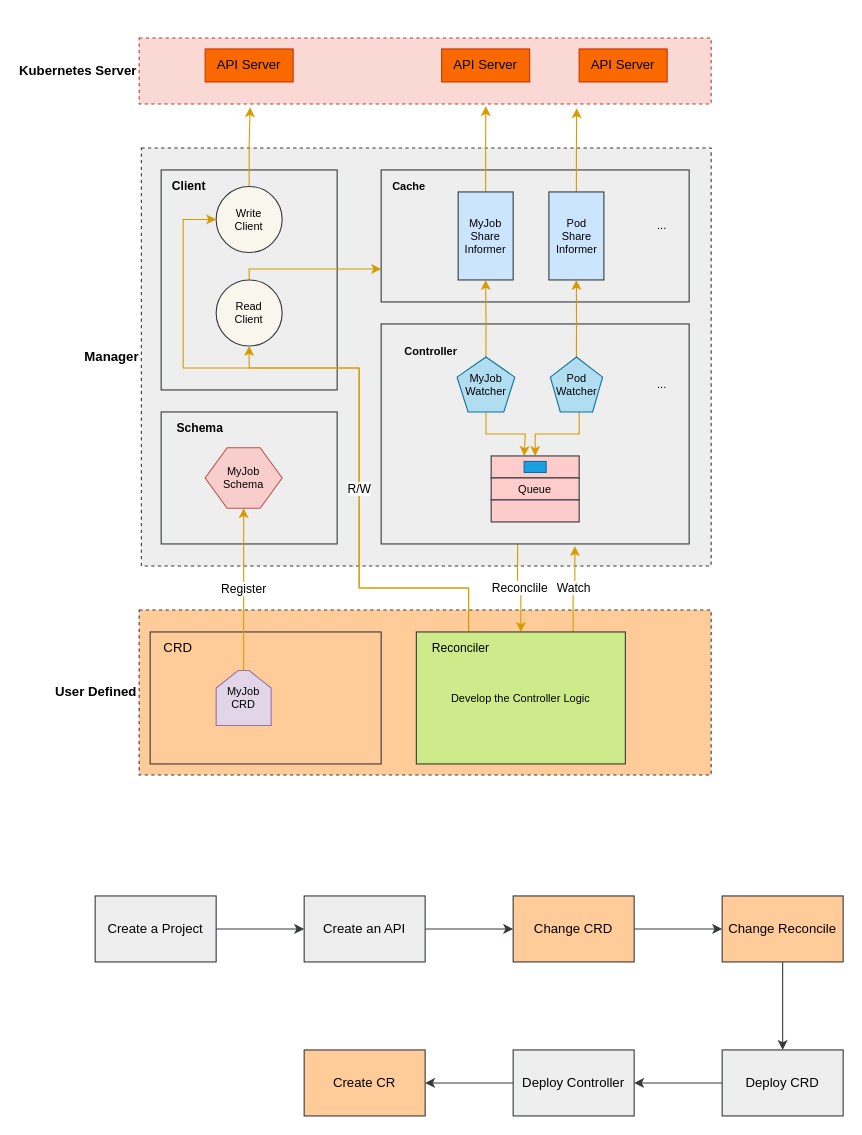
The draw.io diagram page "第 8 页" (8 of 8) of st/k8s.drawio in gaivin/drawio, before the edit. Source tidied: cells renumbered, new cells numbered last; positions are measured from the earlier drawing's top-left corner, leaving out a move shared by most shapes. Both pictures are drawn from the tidied source at 110%, with x=0, y=0 at pixel (95, 37).
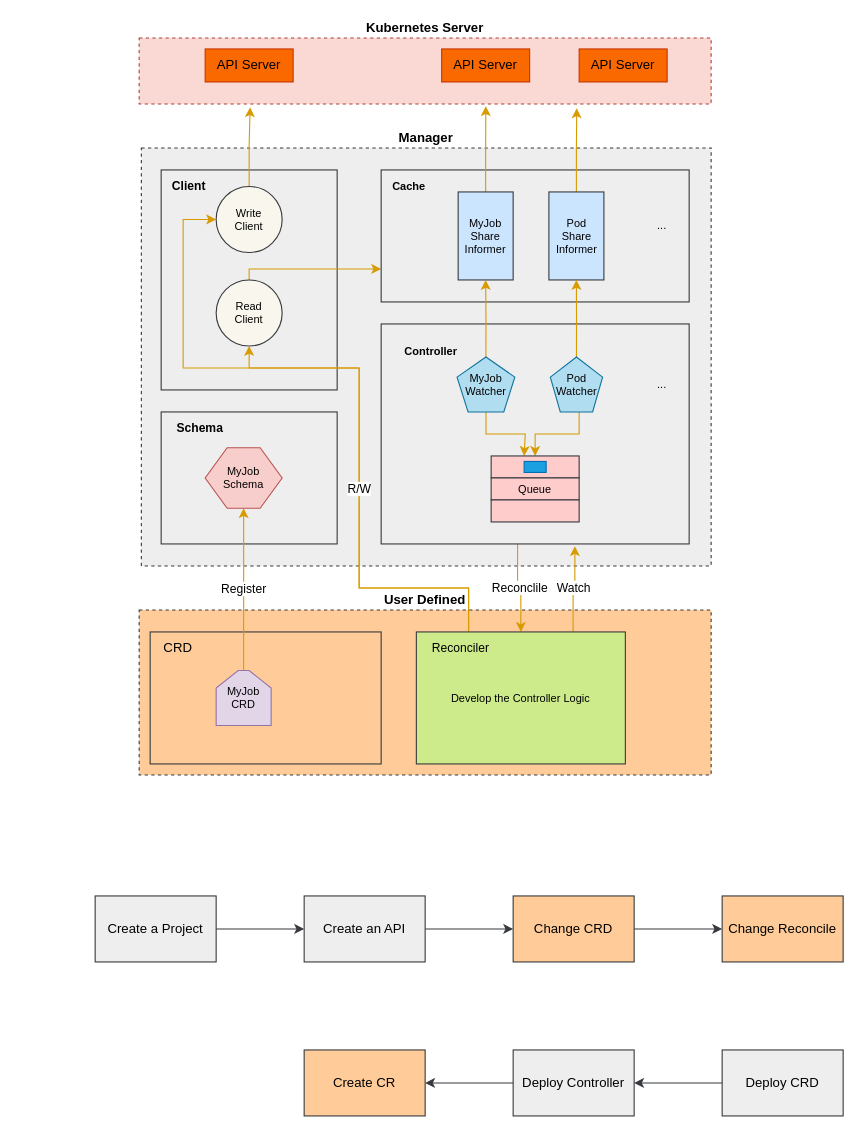
Above is the later version.

The change refers to these unchanged cells:
```xml
<mxCell id="55" value="Change Reconcile" style="rounded=0;whiteSpace=wrap;html=1;fillColor=#ffcc99;strokeColor=#36393d;" parent="1" vertex="1">
  <mxGeometry x="570" y="780" width="110" height="60" as="geometry" />
</mxCell>
<mxCell id="57" value="Deploy CRD" style="rounded=0;whiteSpace=wrap;html=1;fillColor=#eeeeee;strokeColor=#36393d;" parent="1" vertex="1">
  <mxGeometry x="570" y="920" width="110" height="60" as="geometry" />
</mxCell>
```

Change to the diagram source:
```diff
@@
-    <mxCell id="2" value="Manager" style="rounded=0;whiteSpace=wrap;html=1;fillColor=#eeeeee;strokeColor=#36393d;labelPosition=left;verticalLabelPosition=middle;align=right;verticalAlign=middle;fontSize=12;fontStyle=1;dashed=1;" parent="1" vertex="1">
+    <mxCell id="2" value="Manager" style="rounded=0;whiteSpace=wrap;html=1;fillColor=#eeeeee;strokeColor=#36393d;labelPosition=center;verticalLabelPosition=top;align=center;verticalAlign=bottom;fontSize=12;fontStyle=1;dashed=1;" parent="1" vertex="1">
       <mxGeometry x="42" y="100" width="518" height="380" as="geometry" />
     </mxCell>
@@
-    <mxCell id="4" value="Kubernetes Server" style="rounded=0;whiteSpace=wrap;html=1;fillColor=#fad9d5;strokeColor=#ae4132;fontSize=12;fontStyle=1;labelPosition=left;verticalLabelPosition=middle;align=right;verticalAlign=middle;dashed=1;" parent="1" vertex="1">
+    <mxCell id="4" value="Kubernetes Server" style="rounded=0;whiteSpace=wrap;html=1;fillColor=#fad9d5;strokeColor=#ae4132;fontSize=12;fontStyle=1;labelPosition=center;verticalLabelPosition=top;align=center;verticalAlign=bottom;dashed=1;" parent="1" vertex="1">
       <mxGeometry x="40" width="520" height="60" as="geometry" />
     </mxCell>
@@
-    <mxCell id="15" value="User Defined" style="rounded=0;whiteSpace=wrap;html=1;fillColor=#ffcc99;strokeColor=#36393d;dashed=1;labelPosition=left;verticalLabelPosition=middle;align=right;verticalAlign=middle;fontSize=12;fontStyle=1;" parent="1" vertex="1">
+    <mxCell id="15" value="User Defined" style="rounded=0;whiteSpace=wrap;html=1;fillColor=#ffcc99;strokeColor=#36393d;dashed=1;labelPosition=center;verticalLabelPosition=top;align=center;verticalAlign=bottom;fontSize=12;fontStyle=1;" parent="1" vertex="1">
       <mxGeometry x="40" y="520" width="520" height="150" as="geometry" />
     </mxCell>
@@
-    <mxCell id="54" style="edgeStyle=orthogonalEdgeStyle;rounded=0;jettySize=auto;html=1;fillColor=#eeeeee;strokeColor=#36393d;" parent="1" edge="1" source="55" target="57">
-      <mxGeometry relative="1" as="geometry" />
-    </mxCell>
```
